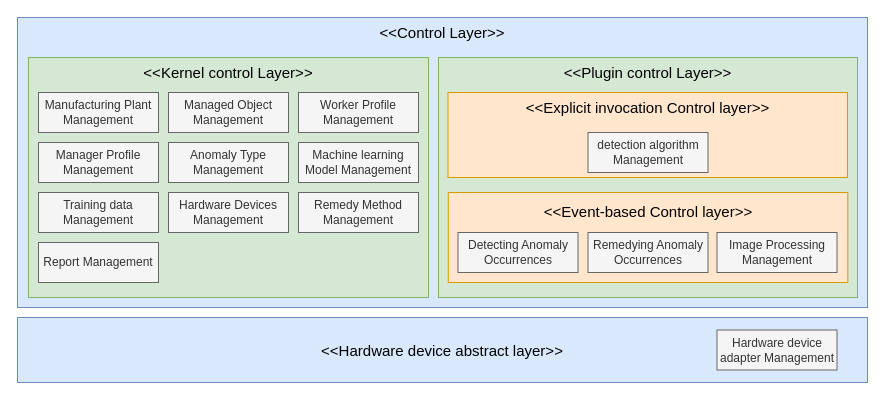
This is functional_component.drawio from ShineSoYoung/TEST, a draw.io file, before an edit. Source tidied: cells renumbered, new cells numbered last; positions are measured from the earlier drawing's top-left corner, leaving out a move shared by most shapes. Both pictures are drawn from the tidied source at 100%, with x=0, y=0 at pixel (17, 17).
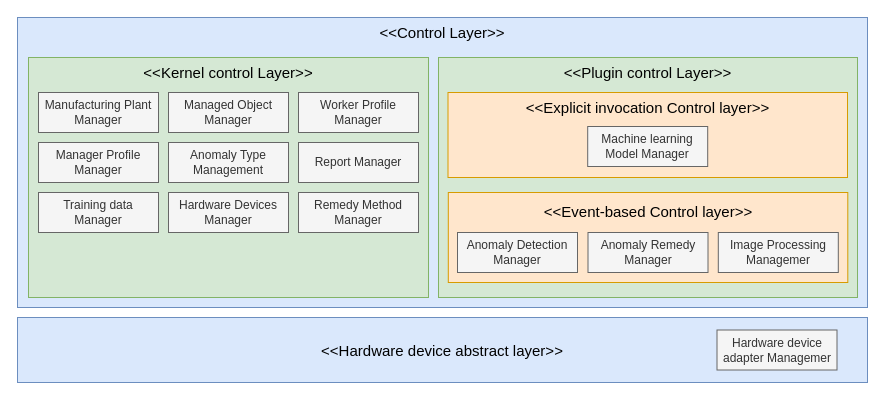
After the change.

What changed in the source:
```diff
@@
-    <mxCell id="9" value="Manufacturing Plant Management" style="rounded=0;whiteSpace=wrap;html=1;fillColor=#f5f5f5;fontColor=#333333;strokeColor=#666666;" parent="1" vertex="1">
+    <mxCell id="9" value="Manufacturing Plant Manager" style="rounded=0;whiteSpace=wrap;html=1;fillColor=#f5f5f5;fontColor=#333333;strokeColor=#666666;" parent="1" vertex="1">
       <mxGeometry x="21" y="75" width="120" height="40" as="geometry" />
     </mxCell>
-    <mxCell id="10" value="Managed Object Management" style="rounded=0;whiteSpace=wrap;html=1;fillColor=#f5f5f5;fontColor=#333333;strokeColor=#666666;" parent="1" vertex="1">
+    <mxCell id="10" value="Managed Object Manager" style="rounded=0;whiteSpace=wrap;html=1;fillColor=#f5f5f5;fontColor=#333333;strokeColor=#666666;" parent="1" vertex="1">
       <mxGeometry x="151" y="75" width="120" height="40" as="geometry" />
     </mxCell>
-    <mxCell id="11" value="Worker Profile Management" style="rounded=0;whiteSpace=wrap;html=1;fillColor=#f5f5f5;fontColor=#333333;strokeColor=#666666;" parent="1" vertex="1">
+    <mxCell id="11" value="Worker Profile Manager" style="rounded=0;whiteSpace=wrap;html=1;fillColor=#f5f5f5;fontColor=#333333;strokeColor=#666666;" parent="1" vertex="1">
       <mxGeometry x="281" y="75" width="120" height="40" as="geometry" />
     </mxCell>
-    <mxCell id="12" value="Manager Profile Management" style="rounded=0;whiteSpace=wrap;html=1;fillColor=#f5f5f5;fontColor=#333333;strokeColor=#666666;" parent="1" vertex="1">
+    <mxCell id="12" value="Manager Profile Manager" style="rounded=0;whiteSpace=wrap;html=1;fillColor=#f5f5f5;fontColor=#333333;strokeColor=#666666;" parent="1" vertex="1">
       <mxGeometry x="21" y="125" width="120" height="40" as="geometry" />
     </mxCell>
@@
-    <mxCell id="14" value="Remedy Method Management" style="rounded=0;whiteSpace=wrap;html=1;fillColor=#f5f5f5;fontColor=#333333;strokeColor=#666666;" parent="1" vertex="1">
+    <mxCell id="14" value="Remedy Method Manager" style="rounded=0;whiteSpace=wrap;html=1;fillColor=#f5f5f5;fontColor=#333333;strokeColor=#666666;" parent="1" vertex="1">
       <mxGeometry x="281" y="175" width="120" height="40" as="geometry" />
     </mxCell>
-    <mxCell id="15" value="Machine learning Model Management" style="rounded=0;whiteSpace=wrap;html=1;fillColor=#f5f5f5;fontColor=#333333;strokeColor=#666666;" parent="1" vertex="1">
-      <mxGeometry x="281" y="125" width="120" height="40" as="geometry" />
-    </mxCell>
-    <mxCell id="16" value="Training data Management" style="rounded=0;whiteSpace=wrap;html=1;fillColor=#f5f5f5;fontColor=#333333;strokeColor=#666666;" parent="1" vertex="1">
+    <mxCell id="16" value="Training data Manager" style="rounded=0;whiteSpace=wrap;html=1;fillColor=#f5f5f5;fontColor=#333333;strokeColor=#666666;" parent="1" vertex="1">
       <mxGeometry x="21" y="175" width="120" height="40" as="geometry" />
     </mxCell>
-    <mxCell id="17" value="Report Management" style="rounded=0;whiteSpace=wrap;html=1;fillColor=#f5f5f5;fontColor=#333333;strokeColor=#666666;" parent="1" vertex="1">
-      <mxGeometry x="21" y="225" width="120" height="40" as="geometry" />
+    <mxCell id="17" value="Report Manager" style="rounded=0;whiteSpace=wrap;html=1;fillColor=#f5f5f5;fontColor=#333333;strokeColor=#666666;" parent="1" vertex="1">
+      <mxGeometry x="281" y="125" width="120" height="40" as="geometry" />
     </mxCell>
@@
-    <mxCell id="20" value="Hardware device adapter Management" style="rounded=0;whiteSpace=wrap;html=1;fillColor=#f5f5f5;fontColor=#333333;strokeColor=#666666;" parent="1" vertex="1">
+    <mxCell id="20" value="Hardware device adapter Managemer" style="rounded=0;whiteSpace=wrap;html=1;fillColor=#f5f5f5;fontColor=#333333;strokeColor=#666666;" parent="1" vertex="1">
       <mxGeometry x="699.5" y="312.5" width="120" height="40" as="geometry" />
     </mxCell>
-    <mxCell id="21" value="Remedying Anomaly Occurrences" style="rounded=0;whiteSpace=wrap;html=1;fillColor=#f5f5f5;fontColor=#333333;strokeColor=#666666;" parent="1" vertex="1">
+    <mxCell id="21" value="Anomaly Remedy Manager" style="rounded=0;whiteSpace=wrap;html=1;fillColor=#f5f5f5;fontColor=#333333;strokeColor=#666666;" parent="1" vertex="1">
       <mxGeometry x="570.5" y="215" width="120" height="40" as="geometry" />
     </mxCell>
-    <mxCell id="22" value="Image Processing Management" style="rounded=0;whiteSpace=wrap;html=1;fillColor=#f5f5f5;fontColor=#333333;strokeColor=#666666;" parent="1" vertex="1">
-      <mxGeometry x="699.5" y="215" width="120" height="40" as="geometry" />
+    <mxCell id="22" value="Image Processing Managemer" style="rounded=0;whiteSpace=wrap;html=1;fillColor=#f5f5f5;fontColor=#333333;strokeColor=#666666;" parent="1" vertex="1">
+      <mxGeometry x="700.8" y="215" width="120" height="40" as="geometry" />
     </mxCell>
-    <mxCell id="23" value="detection algorithm Management" style="rounded=0;whiteSpace=wrap;html=1;fillColor=#f5f5f5;fontColor=#333333;strokeColor=#666666;" parent="1" vertex="1">
-      <mxGeometry x="570.5" y="115" width="120" height="40" as="geometry" />
-    </mxCell>
@@
-    <mxCell id="26" value="Hardware Devices Management" style="rounded=0;whiteSpace=wrap;html=1;fillColor=#f5f5f5;fontColor=#333333;strokeColor=#666666;" parent="1" vertex="1">
+    <mxCell id="26" value="Hardware Devices Manager" style="rounded=0;whiteSpace=wrap;html=1;fillColor=#f5f5f5;fontColor=#333333;strokeColor=#666666;" parent="1" vertex="1">
       <mxGeometry x="151" y="175" width="120" height="40" as="geometry" />
     </mxCell>
-    <mxCell id="27" value="Detecting Anomaly Occurrences" style="rounded=0;whiteSpace=wrap;html=1;fillColor=#f5f5f5;fontColor=#333333;strokeColor=#666666;" parent="1" vertex="1">
-      <mxGeometry x="440.5" y="215" width="120" height="40" as="geometry" />
+    <mxCell id="27" value="Anomaly Detection Manager" style="rounded=0;whiteSpace=wrap;html=1;fillColor=#f5f5f5;fontColor=#333333;strokeColor=#666666;" parent="1" vertex="1">
+      <mxGeometry x="440" y="215" width="120" height="40" as="geometry" />
     </mxCell>
+    <mxCell id="15" value="Machine learning Model Manager" style="rounded=0;whiteSpace=wrap;html=1;fillColor=#f5f5f5;fontColor=#333333;strokeColor=#666666;" parent="1" vertex="1">
+      <mxGeometry x="570.2" y="109" width="120" height="40" as="geometry" />
+    </mxCell>
```
